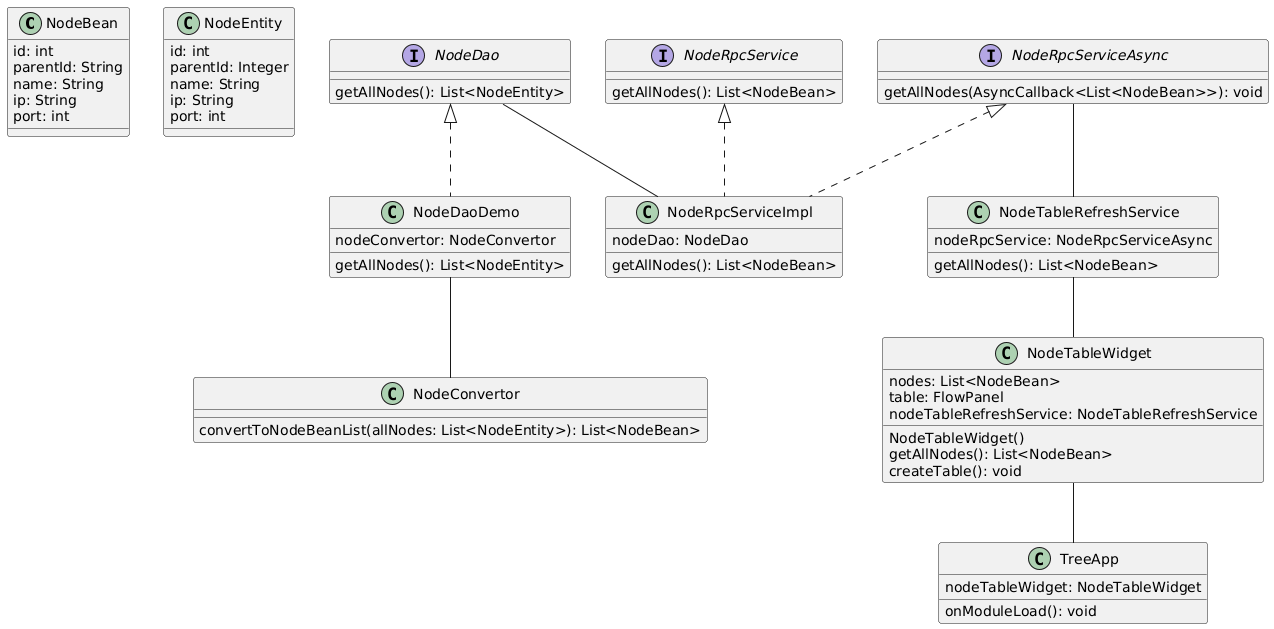
Above: docs/class-diagram.png in dbespa/gwt-tree (PlantUML), before the change. The source it was exported from:
```plantuml
@startuml
class NodeBean {
    id: int
    parentId: String
    name: String
    ip: String
    port: int
}

class NodeEntity {
    id: int
    parentId: Integer
    name: String
    ip: String
    port: int
}

interface NodeDao {
    getAllNodes(): List<NodeEntity>
}

class NodeDaoDemo {
    nodeConvertor: NodeConvertor

    getAllNodes(): List<NodeEntity>
}

class NodeConvertor {
    convertToNodeBeanList(allNodes: List<NodeEntity>): List<NodeBean>
}

class NodeRpcServiceImpl {
    nodeDao: NodeDao

    getAllNodes(): List<NodeBean>
}

interface NodeRpcService {
    getAllNodes(): List<NodeBean>
}

interface NodeRpcServiceAsync {
    getAllNodes(AsyncCallback<List<NodeBean>>): void
}

class NodeTableRefreshService {
    nodeRpcService: NodeRpcServiceAsync

    getAllNodes(): List<NodeBean>
}

class NodeTableWidget {
    nodes: List<NodeBean>
    table: FlowPanel
    nodeTableRefreshService: NodeTableRefreshService

    NodeTableWidget()
    getAllNodes(): List<NodeBean>
    createTable(): void
}

class TreeApp {
    nodeTableWidget: NodeTableWidget
    onModuleLoad(): void
}

NodeDao <|.. NodeDaoDemo

NodeDaoDemo -- NodeConvertor

NodeRpcService <|.. NodeRpcServiceImpl
NodeRpcServiceAsync <|.. NodeRpcServiceImpl

NodeDao -- NodeRpcServiceImpl
NodeRpcServiceAsync -- NodeTableRefreshService
NodeTableRefreshService -- NodeTableWidget
NodeTableWidget -- TreeApp
@enduml
```
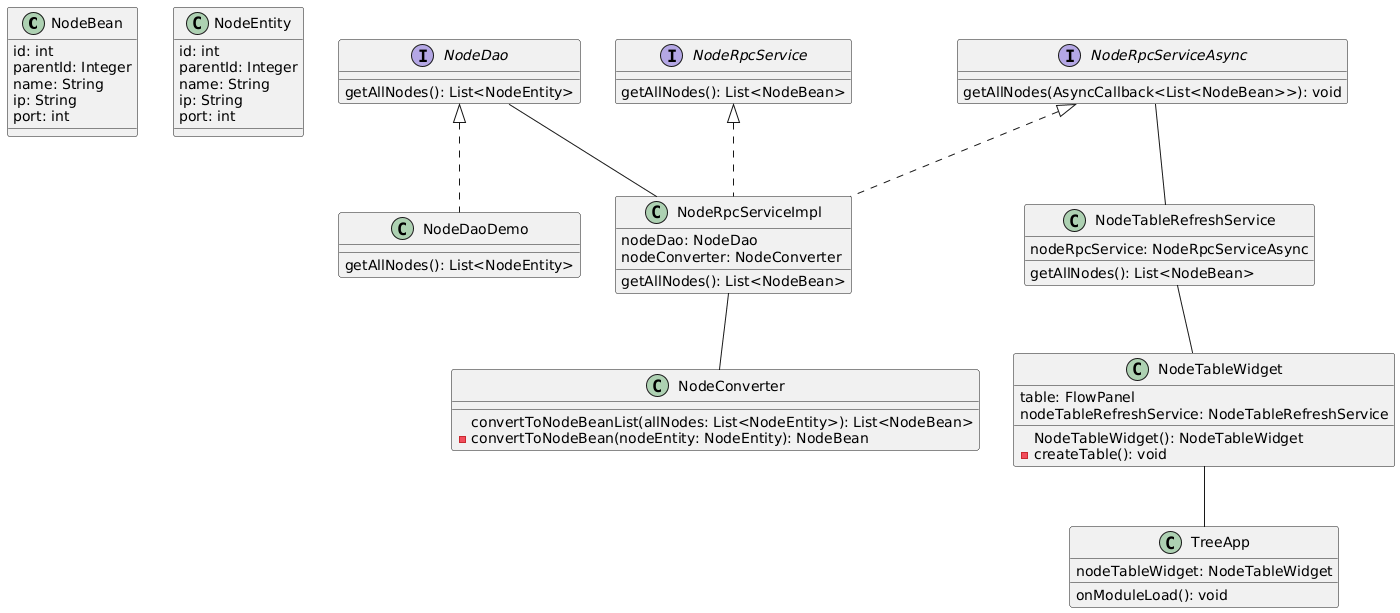
The same diagram one commit later.

The edit, as a diff of the source:
```diff
@@ -1,7 +1,7 @@
 @startuml
 class NodeBean {
     id: int
-    parentId: String
+    parentId: Integer
     name: String
     ip: String
     port: int
@@ -20,17 +20,17 @@
 }
 
 class NodeDaoDemo {
-    nodeConvertor: NodeConvertor
-
     getAllNodes(): List<NodeEntity>
 }
 
-class NodeConvertor {
+class NodeConverter {
     convertToNodeBeanList(allNodes: List<NodeEntity>): List<NodeBean>
+    -convertToNodeBean(nodeEntity: NodeEntity): NodeBean
 }
 
 class NodeRpcServiceImpl {
     nodeDao: NodeDao
+    nodeConverter: NodeConverter
 
     getAllNodes(): List<NodeBean>
 }
@@ -50,13 +50,11 @@
 }
 
 class NodeTableWidget {
-    nodes: List<NodeBean>
     table: FlowPanel
     nodeTableRefreshService: NodeTableRefreshService
 
-    NodeTableWidget()
-    getAllNodes(): List<NodeBean>
-    createTable(): void
+    NodeTableWidget(): NodeTableWidget
+    -createTable(): void
 }
 
 class TreeApp {
@@ -65,12 +63,10 @@
 }
 
 NodeDao <|.. NodeDaoDemo
-
-NodeDaoDemo -- NodeConvertor
-
 NodeRpcService <|.. NodeRpcServiceImpl
 NodeRpcServiceAsync <|.. NodeRpcServiceImpl
 
+NodeRpcServiceImpl -- NodeConverter
 NodeDao -- NodeRpcServiceImpl
 NodeRpcServiceAsync -- NodeTableRefreshService
 NodeTableRefreshService -- NodeTableWidget
```
